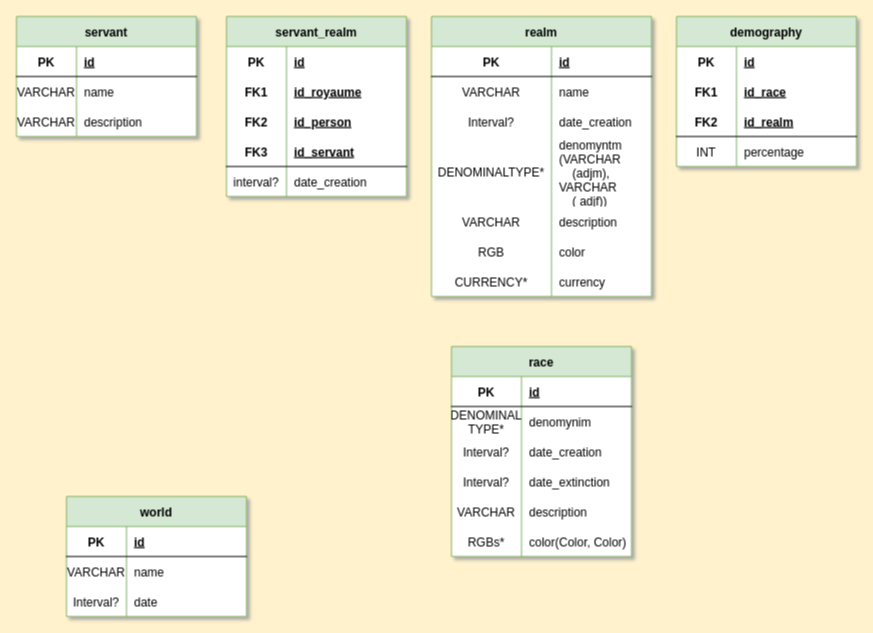
Above: Conception/model_draft.drawio in WyllasSidjeno/SRPG-Database-Manager (draw.io), before the change. Source tidied: cells renumbered, new cells numbered last; positions are measured from the earlier drawing's top-left corner, leaving out a move shared by most shapes. Both pictures are drawn from the tidied source at 100%, with x=0, y=0 at pixel (16, 16).
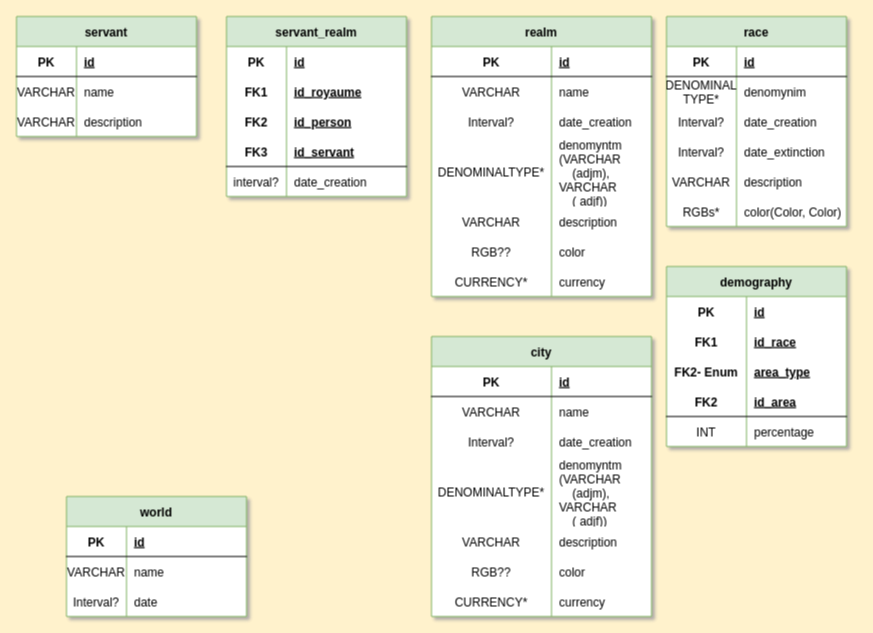
Above is the later version.

Commit message:
Finished Cities

The change refers to these unchanged cells:
```xml
<mxCell id="28" style="shape=tableRow;horizontal=0;startSize=0;swimlaneHead=0;swimlaneBody=0;fillColor=none;top=0;left=0;right=0;bottom=0;swimlaneFillColor=default;" parent="12" vertex="1">
  <mxGeometry y="220" width="220" height="30" as="geometry" />
</mxCell>
<mxCell id="61" style="shape=tableRow;horizontal=0;startSize=0;swimlaneHead=0;swimlaneBody=0;fillColor=none;top=0;left=0;right=0;bottom=0;" parent="60" vertex="1">
  <mxGeometry y="30" width="180" height="30" as="geometry" />
</mxCell>
<mxCell id="64" style="shape=tableRow;horizontal=0;startSize=0;swimlaneHead=0;swimlaneBody=0;fillColor=none;top=0;left=0;right=0;bottom=0;" parent="60" vertex="1">
  <mxGeometry y="60" width="180" height="30" as="geometry" />
</mxCell>
```

Change to the diagram source:
```diff
@@
-    <mxCell id="29" value="RGB" style="shape=partialRectangle;fillColor=none;top=0;left=0;bottom=0;right=0;overflow=hidden;swimlaneFillColor=default;" parent="28" vertex="1">
+    <mxCell id="29" value="RGB??" style="shape=partialRectangle;fillColor=none;top=0;left=0;bottom=0;right=0;overflow=hidden;swimlaneFillColor=default;" parent="28" vertex="1">
       <mxGeometry width="120" height="30" as="geometry" />
     </mxCell>
@@
     <mxCell id="60" value="demography" style="shape=table;startSize=30;childLayout=tableLayout;rowLines=0;fontStyle=1;align=center;fillColor=#d5e8d4;strokeColor=#82b366;swimlaneFillColor=default;labelBackgroundColor=none;" parent="1" vertex="1">
-      <mxGeometry x="660" width="180" height="150" as="geometry" />
+      <mxGeometry x="650" y="250" width="180" height="180" as="geometry" />
     </mxCell>
@@
     <mxCell id="62" value="PK" style="shape=partialRectangle;fillColor=none;top=0;left=0;bottom=0;right=0;fontStyle=1;overflow=hidden;" parent="61" vertex="1">
-      <mxGeometry width="60" height="30" as="geometry" />
+      <mxGeometry width="80" height="30" as="geometry" />
     </mxCell>
     <mxCell id="63" value="id" style="shape=partialRectangle;fillColor=none;top=0;left=0;bottom=0;right=0;align=left;spacingLeft=6;fontStyle=5;overflow=hidden;" parent="61" vertex="1">
-      <mxGeometry x="60" width="120" height="30" as="geometry" />
+      <mxGeometry x="80" width="100" height="30" as="geometry" />
     </mxCell>
@@
     <mxCell id="65" value="FK1" style="shape=partialRectangle;fillColor=none;top=0;left=0;bottom=0;right=0;fontStyle=1;overflow=hidden;" parent="64" vertex="1">
-      <mxGeometry width="60" height="30" as="geometry" />
+      <mxGeometry width="80" height="30" as="geometry" />
     </mxCell>
     <mxCell id="66" value="id_race" style="shape=partialRectangle;fillColor=none;top=0;left=0;bottom=0;right=0;align=left;spacingLeft=6;fontStyle=5;overflow=hidden;" parent="64" vertex="1">
-      <mxGeometry x="60" width="120" height="30" as="geometry" />
+      <mxGeometry x="80" width="100" height="30" as="geometry" />
     </mxCell>
+    <mxCell id="92" style="shape=tableRow;horizontal=0;startSize=0;swimlaneHead=0;swimlaneBody=0;fillColor=none;top=0;left=0;right=0;bottom=0;" parent="60" vertex="1">
+      <mxGeometry y="90" width="180" height="30" as="geometry" />
+    </mxCell>
+    <mxCell id="93" value="FK2- Enum" style="shape=partialRectangle;fillColor=none;top=0;left=0;bottom=0;right=0;fontStyle=1;overflow=hidden;" parent="92" vertex="1">
+      <mxGeometry width="80" height="30" as="geometry" />
+    </mxCell>
+    <mxCell id="94" value="area_type" style="shape=partialRectangle;fillColor=none;top=0;left=0;bottom=0;right=0;align=left;spacingLeft=6;fontStyle=5;overflow=hidden;" parent="92" vertex="1">
+      <mxGeometry x="80" width="100" height="30" as="geometry" />
+    </mxCell>
     <mxCell id="67" style="shape=tableRow;horizontal=0;startSize=0;swimlaneHead=0;swimlaneBody=0;fillColor=none;top=0;left=0;right=0;bottom=1;" parent="60" vertex="1">
-      <mxGeometry y="90" width="180" height="30" as="geometry" />
+      <mxGeometry y="120" width="180" height="30" as="geometry" />
     </mxCell>
     <mxCell id="68" value="FK2" style="shape=partialRectangle;fillColor=none;top=0;left=0;bottom=0;right=0;fontStyle=1;overflow=hidden;" parent="67" vertex="1">
-      <mxGeometry width="60" height="30" as="geometry" />
+      <mxGeometry width="80" height="30" as="geometry" />
     </mxCell>
-    <mxCell id="69" value="id_realm" style="shape=partialRectangle;fillColor=none;top=0;left=0;bottom=0;right=0;align=left;spacingLeft=6;fontStyle=5;overflow=hidden;" parent="67" vertex="1">
-      <mxGeometry x="60" width="120" height="30" as="geometry" />
+    <mxCell id="69" value="id_area" style="shape=partialRectangle;fillColor=none;top=0;left=0;bottom=0;right=0;align=left;spacingLeft=6;fontStyle=5;overflow=hidden;" parent="67" vertex="1">
+      <mxGeometry x="80" width="100" height="30" as="geometry" />
     </mxCell>
     <mxCell id="70" style="shape=tableRow;horizontal=0;startSize=0;swimlaneHead=0;swimlaneBody=0;fillColor=none;top=0;left=0;right=0;bottom=0;" parent="60" vertex="1">
-      <mxGeometry y="120" width="180" height="30" as="geometry" />
+      <mxGeometry y="150" width="180" height="30" as="geometry" />
     </mxCell>
     <mxCell id="71" value="INT" style="shape=partialRectangle;fillColor=none;top=0;left=0;bottom=0;right=0;overflow=hidden;" parent="70" vertex="1">
-      <mxGeometry width="60" height="30" as="geometry" />
+      <mxGeometry width="80" height="30" as="geometry" />
     </mxCell>
     <mxCell id="72" value="percentage" style="shape=partialRectangle;fillColor=none;top=0;left=0;bottom=0;right=0;align=left;spacingLeft=6;overflow=hidden;" parent="70" vertex="1">
-      <mxGeometry x="60" width="120" height="30" as="geometry" />
+      <mxGeometry x="80" width="100" height="30" as="geometry" />
     </mxCell>
     <mxCell id="73" value="race" style="shape=table;startSize=30;childLayout=tableLayout;rowLines=0;fontStyle=1;align=center;fillColor=#d5e8d4;strokeColor=#82b366;swimlaneFillColor=default;labelBackgroundColor=none;" parent="1" vertex="1">
-      <mxGeometry x="435" y="330" width="180" height="210" as="geometry" />
+      <mxGeometry x="650" width="180" height="210" as="geometry" />
     </mxCell>
@@
+    <mxCell id="95" value="city" style="shape=table;startSize=30;childLayout=tableLayout;rowLines=0;fontStyle=1;align=center;swimlaneFillColor=default;resizeLastRow=0;top=1;labelBackgroundColor=none;fillColor=#d5e8d4;strokeColor=#82b366;" parent="1" vertex="1">
+      <mxGeometry x="415" y="320" width="220" height="280" as="geometry" />
+    </mxCell>
+    <mxCell id="96" style="shape=tableRow;horizontal=0;startSize=0;swimlaneHead=0;swimlaneBody=0;fillColor=none;top=0;left=0;right=0;bottom=1;swimlaneFillColor=default;" parent="95" vertex="1">
+      <mxGeometry y="30" width="220" height="30" as="geometry" />
+    </mxCell>
+    <mxCell id="97" value="PK" style="shape=partialRectangle;fillColor=none;top=0;left=0;bottom=0;right=0;fontStyle=1;overflow=hidden;swimlaneFillColor=default;" parent="96" vertex="1">
+      <mxGeometry width="120" height="30" as="geometry" />
+    </mxCell>
+    <mxCell id="98" value="id" style="shape=partialRectangle;fillColor=none;top=0;left=0;bottom=0;right=0;align=left;spacingLeft=6;fontStyle=5;overflow=hidden;swimlaneFillColor=default;" parent="96" vertex="1">
+      <mxGeometry x="120" width="100" height="30" as="geometry" />
+    </mxCell>
+    <mxCell id="99" style="shape=tableRow;horizontal=0;startSize=0;swimlaneHead=0;swimlaneBody=0;fillColor=none;top=0;left=0;right=0;bottom=0;swimlaneFillColor=default;" parent="95" vertex="1">
+      <mxGeometry y="60" width="220" height="30" as="geometry" />
+    </mxCell>
+    <mxCell id="100" value="VARCHAR" style="shape=partialRectangle;fillColor=none;top=0;left=0;bottom=0;right=0;overflow=hidden;swimlaneFillColor=default;" parent="99" vertex="1">
+      <mxGeometry width="120" height="30" as="geometry" />
+    </mxCell>
+    <mxCell id="101" value="name" style="shape=partialRectangle;fillColor=none;top=0;left=0;bottom=0;right=0;align=left;spacingLeft=6;overflow=hidden;swimlaneFillColor=default;" parent="99" vertex="1">
+      <mxGeometry x="120" width="100" height="30" as="geometry" />
+    </mxCell>
+    <mxCell id="102" style="shape=tableRow;horizontal=0;startSize=0;swimlaneHead=0;swimlaneBody=0;fillColor=none;top=0;left=0;right=0;bottom=0;swimlaneFillColor=default;" parent="95" vertex="1">
+      <mxGeometry y="90" width="220" height="30" as="geometry" />
+    </mxCell>
+    <mxCell id="103" value="Interval?" style="shape=partialRectangle;fillColor=none;top=0;left=0;bottom=0;right=0;overflow=hidden;swimlaneFillColor=default;" parent="102" vertex="1">
+      <mxGeometry width="120" height="30" as="geometry" />
+    </mxCell>
+    <mxCell id="104" value="date_creation" style="shape=partialRectangle;fillColor=none;top=0;left=0;bottom=0;right=0;align=left;spacingLeft=6;overflow=hidden;swimlaneFillColor=default;" parent="102" vertex="1">
+      <mxGeometry x="120" width="100" height="30" as="geometry" />
+    </mxCell>
+    <mxCell id="105" style="shape=tableRow;horizontal=0;startSize=0;swimlaneHead=0;swimlaneBody=0;fillColor=none;top=0;left=0;right=0;bottom=0;swimlaneFillColor=default;" parent="95" vertex="1">
+      <mxGeometry y="120" width="220" height="70" as="geometry" />
+    </mxCell>
+    <mxCell id="106" value="DENOMINALTYPE*" style="shape=partialRectangle;fillColor=none;top=0;left=0;bottom=0;right=0;overflow=hidden;swimlaneFillColor=default;" parent="105" vertex="1">
+      <mxGeometry width="120" height="70" as="geometry" />
+    </mxCell>
+    <mxCell id="107" value="denomyntm&#10;(VARCHAR&#10;    (adjm),&#10;VARCHAR&#10;    ( adjf))" style="shape=partialRectangle;fillColor=none;top=0;left=0;bottom=0;right=0;align=left;spacingLeft=6;overflow=hidden;swimlaneFillColor=default;" parent="105" vertex="1">
+      <mxGeometry x="120" width="100" height="70" as="geometry" />
+    </mxCell>
+    <mxCell id="108" style="shape=tableRow;horizontal=0;startSize=0;swimlaneHead=0;swimlaneBody=0;fillColor=none;top=0;left=0;right=0;bottom=0;swimlaneFillColor=default;" parent="95" vertex="1">
+      <mxGeometry y="190" width="220" height="30" as="geometry" />
+    </mxCell>
+    <mxCell id="109" value="VARCHAR" style="shape=partialRectangle;fillColor=none;top=0;left=0;bottom=0;right=0;overflow=hidden;swimlaneFillColor=default;" parent="108" vertex="1">
+      <mxGeometry width="120" height="30" as="geometry" />
+    </mxCell>
+    <mxCell id="110" value="description" style="shape=partialRectangle;fillColor=none;top=0;left=0;bottom=0;right=0;align=left;spacingLeft=6;overflow=hidden;swimlaneFillColor=default;" parent="108" vertex="1">
+      <mxGeometry x="120" width="100" height="30" as="geometry" />
+    </mxCell>
+    <mxCell id="111" style="shape=tableRow;horizontal=0;startSize=0;swimlaneHead=0;swimlaneBody=0;fillColor=none;top=0;left=0;right=0;bottom=0;swimlaneFillColor=default;" parent="95" vertex="1">
+      <mxGeometry y="220" width="220" height="30" as="geometry" />
+    </mxCell>
+    <mxCell id="112" value="RGB??" style="shape=partialRectangle;fillColor=none;top=0;left=0;bottom=0;right=0;overflow=hidden;swimlaneFillColor=default;" parent="111" vertex="1">
+      <mxGeometry width="120" height="30" as="geometry" />
+    </mxCell>
+    <mxCell id="113" value="color" style="shape=partialRectangle;fillColor=none;top=0;left=0;bottom=0;right=0;align=left;spacingLeft=6;overflow=hidden;swimlaneFillColor=default;" parent="111" vertex="1">
+      <mxGeometry x="120" width="100" height="30" as="geometry" />
+    </mxCell>
+    <mxCell id="114" style="shape=tableRow;horizontal=0;startSize=0;swimlaneHead=0;swimlaneBody=0;fillColor=none;top=0;left=0;right=0;bottom=0;swimlaneFillColor=default;" parent="95" vertex="1">
+      <mxGeometry y="250" width="220" height="30" as="geometry" />
+    </mxCell>
+    <mxCell id="115" value="CURRENCY*" style="shape=partialRectangle;fillColor=none;top=0;left=0;bottom=0;right=0;overflow=hidden;swimlaneFillColor=default;" parent="114" vertex="1">
+      <mxGeometry width="120" height="30" as="geometry" />
+    </mxCell>
+    <mxCell id="116" value="currency" style="shape=partialRectangle;fillColor=none;top=0;left=0;bottom=0;right=0;align=left;spacingLeft=6;overflow=hidden;swimlaneFillColor=default;" parent="114" vertex="1">
+      <mxGeometry x="120" width="100" height="30" as="geometry" />
+    </mxCell>
```
